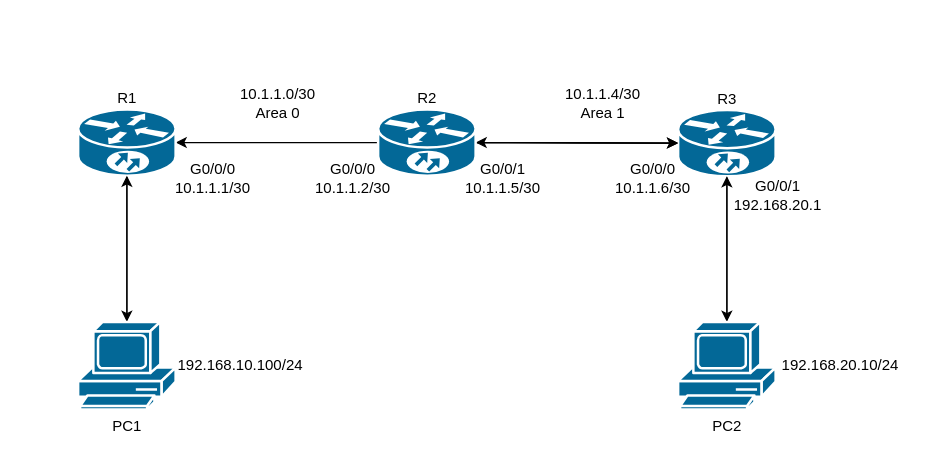
This is multi-area-ospf/multi-area-ospf.drawio from cismembrane/packet-tracer-labs, a draw.io file, before an edit. Source tidied: cells renumbered, new cells numbered last; positions are measured from the earlier drawing's top-left corner, leaving out a move shared by most shapes. Both pictures are drawn from the tidied source at 125%, with x=0, y=0 at pixel (78, 84).
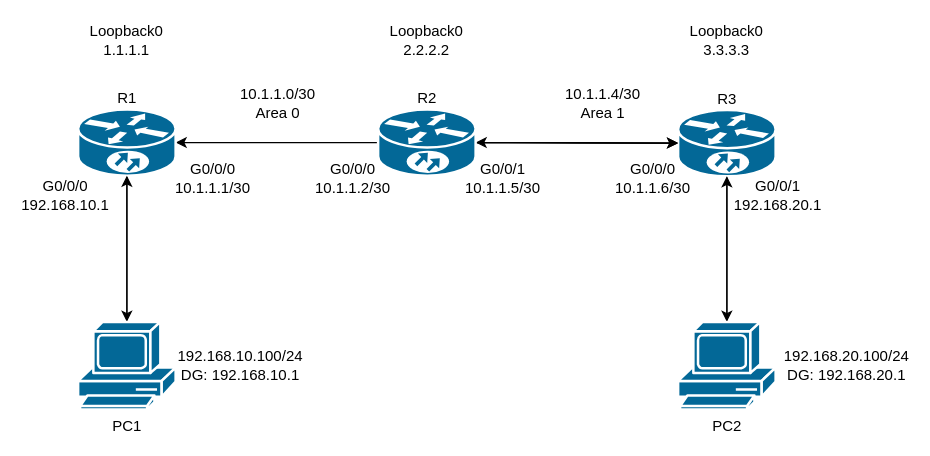
Above is the later version.

Commit message (it also covers changes not shown here):
added loopbacks and default gateways to the drawio

Diff of the diagram source:
```diff
@@
-    <mxCell id="17" value="192.168.20.10/24" style="text;strokeColor=none;align=center;fillColor=none;html=1;verticalAlign=middle;whiteSpace=wrap;rounded=0;" parent="1" vertex="1">
-      <mxGeometry x="580" y="210" width="60" height="30" as="geometry" />
+    <mxCell id="17" value="192.168.20.100/24&lt;div&gt;DG: 192.168.20.1&lt;/div&gt;" style="text;strokeColor=none;align=center;fillColor=none;html=1;verticalAlign=middle;whiteSpace=wrap;rounded=0;" parent="1" vertex="1">
+      <mxGeometry x="580" y="210" width="70" height="30" as="geometry" />
     </mxCell>
@@
-    <mxCell id="24" value="192.168.10.100/24" style="text;strokeColor=none;align=center;fillColor=none;html=1;verticalAlign=middle;whiteSpace=wrap;rounded=0;" parent="1" vertex="1">
+    <mxCell id="24" value="192.168.10.100/24&lt;div&gt;DG: 192.168.10.1&lt;/div&gt;" style="text;strokeColor=none;align=center;fillColor=none;html=1;verticalAlign=middle;whiteSpace=wrap;rounded=0;" parent="1" vertex="1">
       <mxGeometry x="100" y="210" width="60" height="30" as="geometry" />
     </mxCell>
+    <mxCell id="25" value="G0/0/0&lt;div&gt;192.168.10.1&lt;/div&gt;" style="text;strokeColor=none;align=center;fillColor=none;html=1;verticalAlign=middle;whiteSpace=wrap;rounded=0;" parent="1" vertex="1">
+      <mxGeometry x="-40" y="73.5" width="60" height="30" as="geometry" />
+    </mxCell>
+    <mxCell id="26" value="Loopback0&lt;div&gt;1.1.1.1&lt;/div&gt;" style="text;strokeColor=none;align=center;fillColor=none;html=1;verticalAlign=middle;whiteSpace=wrap;rounded=0;" parent="1" vertex="1">
+      <mxGeometry x="9" y="-50" width="60" height="30" as="geometry" />
+    </mxCell>
+    <mxCell id="27" value="Loopback0&lt;div&gt;2.2.2.2&lt;/div&gt;" style="text;strokeColor=none;align=center;fillColor=none;html=1;verticalAlign=middle;whiteSpace=wrap;rounded=0;" parent="1" vertex="1">
+      <mxGeometry x="249" y="-50" width="60" height="30" as="geometry" />
+    </mxCell>
+    <mxCell id="28" value="Loopback0&lt;div&gt;3.3.3.3&lt;/div&gt;" style="text;strokeColor=none;align=center;fillColor=none;html=1;verticalAlign=middle;whiteSpace=wrap;rounded=0;" parent="1" vertex="1">
+      <mxGeometry x="489" y="-50" width="60" height="30" as="geometry" />
+    </mxCell>
```
